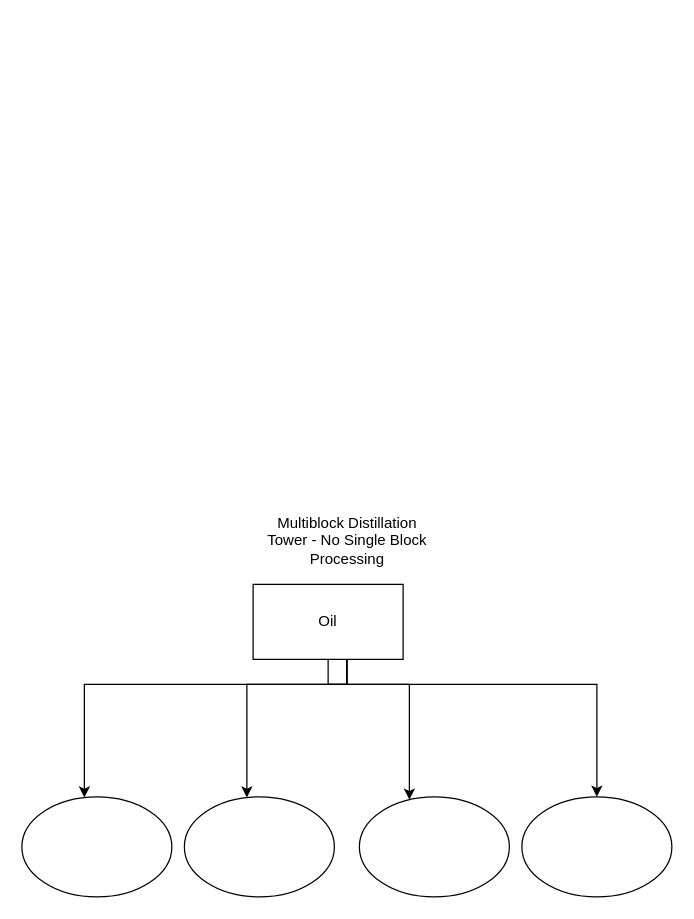
Earlier version of the draw.io diagram page "Oil Processing" (2 of 2) of StarstruckProgression.drawio (MicahHaack/Starstruck). Source tidied: cells renumbered, new cells numbered last; positions are measured from the earlier drawing's top-left corner, leaving out a move shared by most shapes. Both pictures are drawn from the tidied source at 125%, with x=0, y=0 at pixel (21, 509).
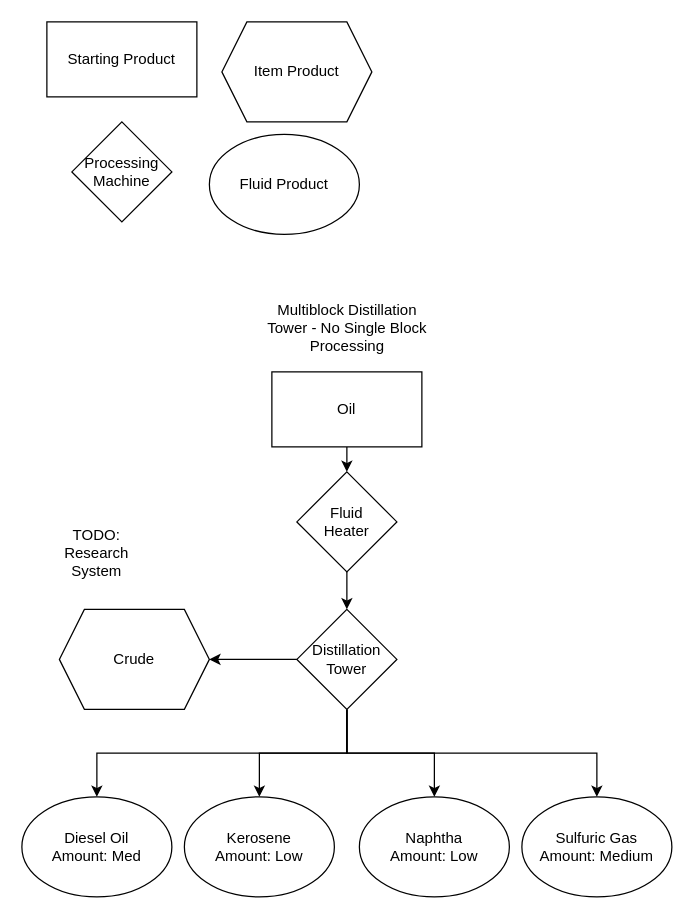
After the change.

Commit message:
Work on oil process

Diff of the diagram source:
```diff
@@
-    <mxCell id="2" style="edgeStyle=orthogonalEdgeStyle;rounded=0;jettySize=auto;html=1;" parent="1" edge="1" source="6" target="7">
-      <mxGeometry relative="1" as="geometry">
-        <Array as="points">
-          <mxPoint x="260" y="140" />
-          <mxPoint x="50" y="140" />
-        </Array>
-      </mxGeometry>
-    </mxCell>
-    <mxCell id="3" style="edgeStyle=orthogonalEdgeStyle;rounded=0;jettySize=auto;html=1;" parent="1" edge="1" source="6" target="9">
-      <mxGeometry relative="1" as="geometry">
-        <Array as="points">
-          <mxPoint x="260" y="140" />
-          <mxPoint x="180" y="140" />
-        </Array>
-      </mxGeometry>
-    </mxCell>
-    <mxCell id="4" style="edgeStyle=orthogonalEdgeStyle;rounded=0;jettySize=auto;html=1;exitX=0.5;exitY=1;exitDx=0;exitDy=0;" parent="1" edge="1" source="6" target="10">
-      <mxGeometry relative="1" as="geometry">
-        <Array as="points">
-          <mxPoint x="260" y="140" />
-          <mxPoint x="310" y="140" />
-        </Array>
-      </mxGeometry>
-    </mxCell>
-    <mxCell id="5" style="edgeStyle=orthogonalEdgeStyle;rounded=0;jettySize=auto;html=1;exitX=0.5;exitY=1;exitDx=0;exitDy=0;entryX=0.5;entryY=0;entryDx=0;entryDy=0;" parent="1" edge="1" source="6" target="11">
-      <mxGeometry relative="1" as="geometry">
-        <Array as="points">
-          <mxPoint x="260" y="140" />
-          <mxPoint x="440" y="140" />
-        </Array>
-      </mxGeometry>
-    </mxCell>
+    <mxCell id="12" style="edgeStyle=orthogonalEdgeStyle;rounded=0;jettySize=auto;html=1;exitX=0.5;exitY=1;exitDx=0;exitDy=0;entryX=0.5;entryY=0;entryDx=0;entryDy=0;" parent="1" edge="1" source="6" target="14">
+      <mxGeometry relative="1" as="geometry" />
+    </mxCell>
     <mxCell id="6" value="Oil" style="rounded=0;whiteSpace=wrap;html=1;" parent="1" vertex="1">
-      <mxGeometry x="185" y="60" width="120" height="60" as="geometry" />
+      <mxGeometry x="200" y="-110" width="120" height="60" as="geometry" />
     </mxCell>
-    <mxCell id="7" style="ellipse;whiteSpace=wrap;html=1;rounded=0;" parent="1" vertex="1">
+    <mxCell id="7" value="&lt;div&gt;Diesel Oil&lt;/div&gt;&lt;div&gt;Amount: Med&lt;br&gt;&lt;/div&gt;" style="ellipse;whiteSpace=wrap;html=1;rounded=0;" parent="1" vertex="1">
       <mxGeometry y="230" width="120" height="80" as="geometry" />
     </mxCell>
     <mxCell id="8" value="&lt;div&gt;Multiblock Distillation&lt;/div&gt;&lt;div&gt;Tower - No Single Block&lt;/div&gt;&lt;div&gt;Processing&lt;/div&gt;" style="text;html=1;align=center;verticalAlign=middle;" parent="1" vertex="1">
-      <mxGeometry x="185" width="150" height="50" as="geometry" />
+      <mxGeometry x="185" y="-170" width="150" height="50" as="geometry" />
     </mxCell>
-    <mxCell id="9" style="ellipse;whiteSpace=wrap;html=1;rounded=0;" parent="1" vertex="1">
+    <mxCell id="9" value="&lt;div&gt;Kerosene&lt;/div&gt;&lt;div&gt;Amount: Low&lt;br&gt;&lt;/div&gt;" style="ellipse;whiteSpace=wrap;html=1;rounded=0;" parent="1" vertex="1">
       <mxGeometry x="130" y="230" width="120" height="80" as="geometry" />
     </mxCell>
-    <mxCell id="10" style="ellipse;whiteSpace=wrap;html=1;rounded=0;" parent="1" vertex="1">
+    <mxCell id="10" value="&lt;div&gt;Naphtha&lt;/div&gt;&lt;div&gt;Amount: Low&lt;br&gt;&lt;/div&gt;" style="ellipse;whiteSpace=wrap;html=1;rounded=0;" parent="1" vertex="1">
       <mxGeometry x="270" y="230" width="120" height="80" as="geometry" />
     </mxCell>
-    <mxCell id="11" style="ellipse;whiteSpace=wrap;html=1;rounded=0;" parent="1" vertex="1">
+    <mxCell id="11" value="&lt;div&gt;Sulfuric Gas&lt;/div&gt;&lt;div&gt;Amount: Medium&lt;br&gt;&lt;/div&gt;" style="ellipse;whiteSpace=wrap;html=1;rounded=0;" parent="1" vertex="1">
       <mxGeometry x="400" y="230" width="120" height="80" as="geometry" />
     </mxCell>
+    <mxCell id="13" style="edgeStyle=orthogonalEdgeStyle;rounded=0;jettySize=auto;html=1;exitX=0.5;exitY=1;exitDx=0;exitDy=0;" parent="1" edge="1" source="14">
+      <mxGeometry relative="1" as="geometry">
+        <mxPoint x="260" y="80" as="targetPoint" />
+      </mxGeometry>
+    </mxCell>
+    <mxCell id="14" value="&lt;div&gt;Fluid&lt;/div&gt;&lt;div&gt;Heater&lt;br&gt;&lt;/div&gt;" style="rhombus;whiteSpace=wrap;html=1;" parent="1" vertex="1">
+      <mxGeometry x="220" y="-30" width="80" height="80" as="geometry" />
+    </mxCell>
+    <mxCell id="15" value="&lt;div&gt;TODO:&lt;/div&gt;&lt;div&gt;Research&lt;/div&gt;&lt;div&gt;System&lt;br&gt;&lt;/div&gt;" style="text;html=1;strokeColor=none;fillColor=none;align=center;verticalAlign=middle;whiteSpace=wrap;rounded=0;" parent="1" vertex="1">
+      <mxGeometry x="5" y="-80" width="110" height="230" as="geometry" />
+    </mxCell>
+    <mxCell id="16" value="Crude" style="shape=hexagon;perimeter=hexagonPerimeter2;whiteSpace=wrap;html=1;fixedSize=1;" parent="1" vertex="1">
+      <mxGeometry x="30" y="80" width="120" height="80" as="geometry" />
+    </mxCell>
+    <mxCell id="17" value="&lt;div&gt;Starting Product&lt;/div&gt;" style="rounded=0;whiteSpace=wrap;html=1;" parent="1" vertex="1">
+      <mxGeometry x="20" y="-390" width="120" height="60" as="geometry" />
+    </mxCell>
+    <mxCell id="18" style="edgeStyle=orthogonalEdgeStyle;rounded=0;jettySize=auto;html=1;exitX=0;exitY=0.5;exitDx=0;exitDy=0;entryX=1;entryY=0.5;entryDx=0;entryDy=0;" parent="1" edge="1" source="23" target="16">
+      <mxGeometry relative="1" as="geometry" />
+    </mxCell>
+    <mxCell id="19" style="edgeStyle=orthogonalEdgeStyle;rounded=0;jettySize=auto;html=1;exitX=0.5;exitY=1;exitDx=0;exitDy=0;entryX=0.5;entryY=0;entryDx=0;entryDy=0;" parent="1" edge="1" source="23" target="7">
+      <mxGeometry relative="1" as="geometry" />
+    </mxCell>
+    <mxCell id="20" style="edgeStyle=orthogonalEdgeStyle;rounded=0;jettySize=auto;html=1;exitX=0.5;exitY=1;exitDx=0;exitDy=0;entryX=0.5;entryY=0;entryDx=0;entryDy=0;" parent="1" edge="1" source="23" target="9">
+      <mxGeometry relative="1" as="geometry" />
+    </mxCell>
+    <mxCell id="21" style="edgeStyle=orthogonalEdgeStyle;rounded=0;jettySize=auto;html=1;exitX=0.5;exitY=1;exitDx=0;exitDy=0;entryX=0.5;entryY=0;entryDx=0;entryDy=0;" parent="1" edge="1" source="23" target="10">
+      <mxGeometry relative="1" as="geometry" />
+    </mxCell>
+    <mxCell id="22" style="edgeStyle=orthogonalEdgeStyle;rounded=0;jettySize=auto;html=1;exitX=0.5;exitY=1;exitDx=0;exitDy=0;entryX=0.5;entryY=0;entryDx=0;entryDy=0;" parent="1" edge="1" source="23" target="11">
+      <mxGeometry relative="1" as="geometry" />
+    </mxCell>
+    <mxCell id="23" value="&lt;div&gt;Distillation&lt;/div&gt;&lt;div&gt;Tower&lt;br&gt;&lt;/div&gt;" style="rhombus;whiteSpace=wrap;html=1;" parent="1" vertex="1">
+      <mxGeometry x="220" y="80" width="80" height="80" as="geometry" />
+    </mxCell>
+    <mxCell id="24" value="Processing Machine" style="rhombus;whiteSpace=wrap;html=1;" parent="1" vertex="1">
+      <mxGeometry x="40" y="-310" width="80" height="80" as="geometry" />
+    </mxCell>
+    <mxCell id="25" value="Fluid Product" style="ellipse;whiteSpace=wrap;html=1;" parent="1" vertex="1">
+      <mxGeometry x="150" y="-300" width="120" height="80" as="geometry" />
+    </mxCell>
+    <mxCell id="26" value="Item Product" style="shape=hexagon;perimeter=hexagonPerimeter2;whiteSpace=wrap;html=1;fixedSize=1;" parent="1" vertex="1">
+      <mxGeometry x="160" y="-390" width="120" height="80" as="geometry" />
+    </mxCell>
```
